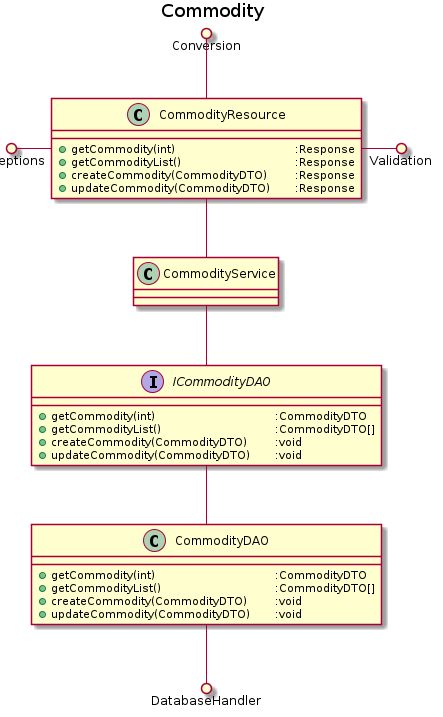
GRP25/CDIO_Final keeps this PlantUML diagram as UML/class/delt/commodity.png. Above is the earlier version.
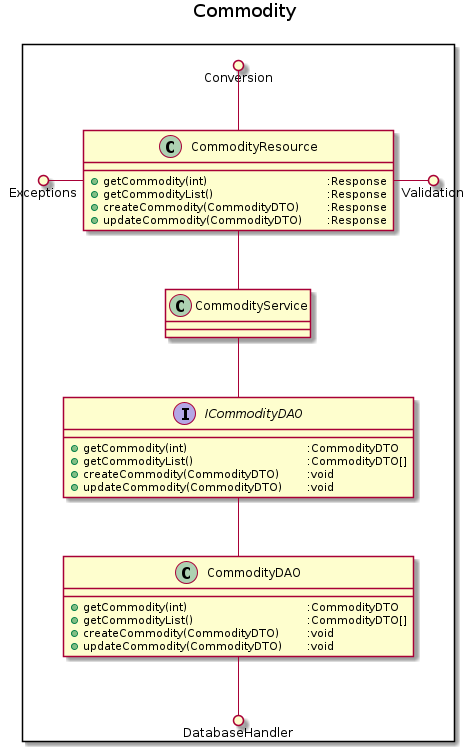
Above is the later version.

Diff of the diagram source:
```diff
@@ -1,6 +1,6 @@
 @startuml
-skinparam linetype ortho
 title Commodity
+rectangle #FFFFFF {
 class "CommodityDAO" as comdao {
     + getCommodity(int)\t\t\t\t:CommodityDTO
     + getCommodityList()\t\t\t\t:CommodityDTO[]
@@ -28,4 +28,5 @@
 comres -() Validation
 Exceptions ()- comres
 Conversion ()-- comres
+}
 @enduml
```
